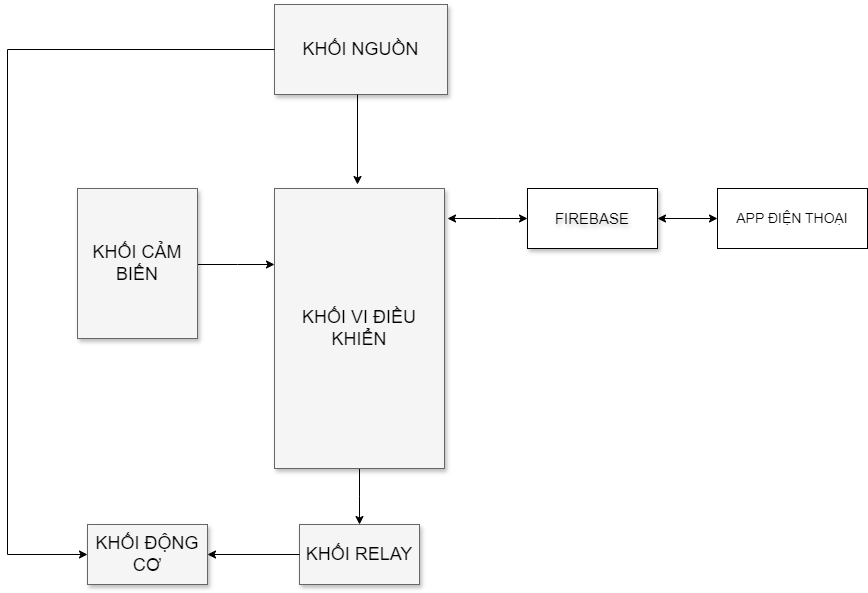
Above: Block_Diagram.drawio.png in imvietp/Final_Thesis (draw.io), before the change. Source tidied: cells renumbered, new cells last; positions are measured from the earlier drawing's top-left corner, leaving out a move shared by most shapes.
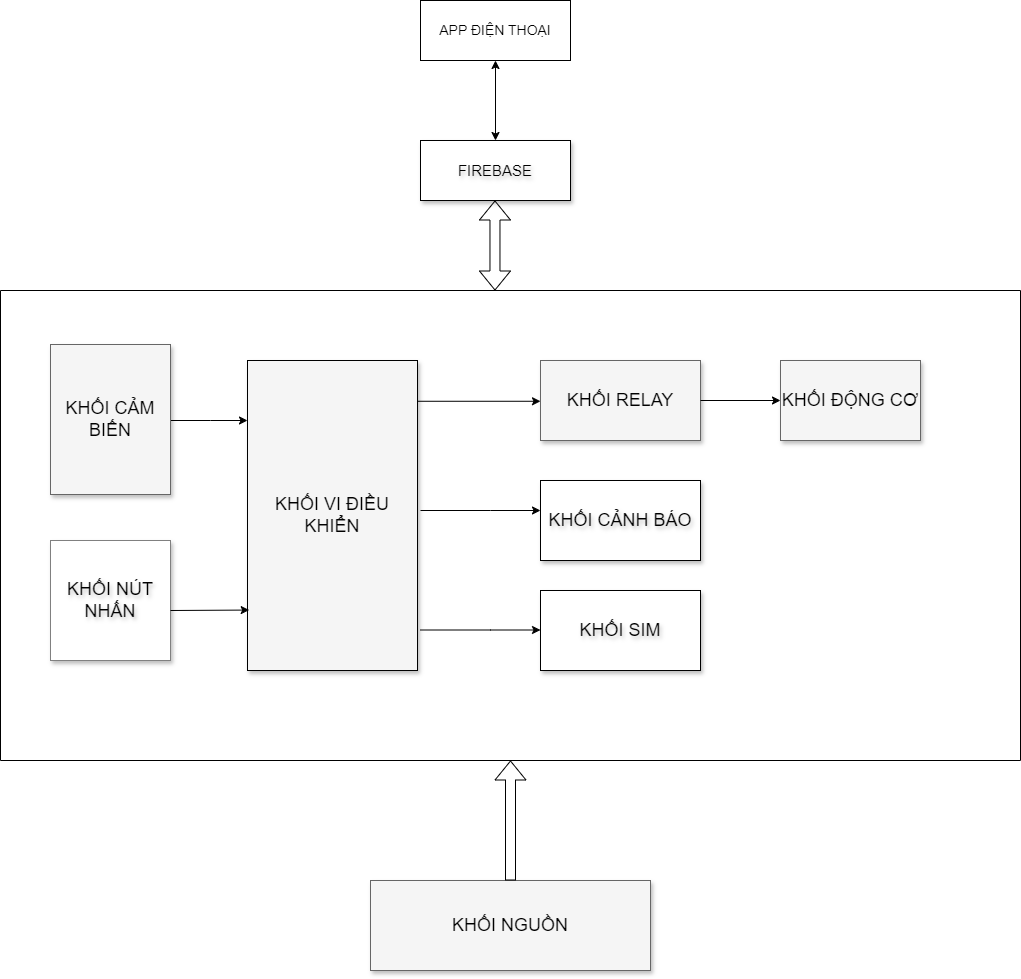
After the commit.

Diff of the diagram source:
```diff
@@ -5,15 +5,9 @@
     <mxCell id="2" style="edgeStyle=elbowEdgeStyle;rounded=0;html=1;startArrow=none;startFill=0;jettySize=auto;fontSize=18;elbow=vertical;" parent="1" edge="1" source="3" target="4">
       <mxGeometry relative="1" as="geometry" />
     </mxCell>
-    <mxCell id="3" value="KHỐI VI ĐIỀU KHIỂN" style="whiteSpace=wrap;html=1;shadow=1;fontSize=18;fillColor=#f5f5f5;strokeColor=#666666;" parent="1" vertex="1">
-      <mxGeometry x="267" y="184" width="170" height="280" as="geometry" />
+    <mxCell id="3" value="KHỐI VI ĐIỀU KHIỂN" style="whiteSpace=wrap;html=1;shadow=1;fontSize=18;fillColor=#f5f5f5;strokeColor=default;" parent="1" vertex="1">
+      <mxGeometry x="267" y="200" width="170" height="310" as="geometry" />
     </mxCell>
-    <mxCell id="4" value="KHỐI RELAY" style="whiteSpace=wrap;html=1;shadow=1;fontSize=18;fillColor=#f5f5f5;strokeColor=#666666;" parent="1" vertex="1">
-      <mxGeometry x="292" y="520" width="120" height="60" as="geometry" />
-    </mxCell>
-    <mxCell id="5" value="KHỐI ĐỘNG CƠ" style="whiteSpace=wrap;html=1;shadow=1;fontSize=18;fillColor=#f5f5f5;strokeColor=#666666;" parent="1" vertex="1">
-      <mxGeometry x="80" y="520" width="120" height="60" as="geometry" />
-    </mxCell>
     <mxCell id="6" style="edgeStyle=elbowEdgeStyle;rounded=0;html=1;startArrow=none;startFill=0;jettySize=auto;fontSize=18;elbow=vertical;" parent="1" edge="1" source="7" target="3">
       <mxGeometry relative="1" as="geometry">
         <Array as="points">
@@ -25,41 +19,69 @@
       <mxGeometry x="70" y="184" width="120" height="150" as="geometry" />
     </mxCell>
     <mxCell id="8" value="KHỐI NGUỒN" style="whiteSpace=wrap;html=1;shadow=1;fontSize=18;fillColor=#f5f5f5;strokeColor=#666666;" parent="1" vertex="1">
-      <mxGeometry x="267" width="173" height="90" as="geometry" />
+      <mxGeometry x="390" y="720" width="280" height="90" as="geometry" />
     </mxCell>
-    <mxCell id="9" style="endArrow=classic;startArrow=classic;html=1;rounded=0;entryX=0;entryY=0.5;entryDx=0;entryDy=0;" parent="1" edge="1" target="10">
-      <mxGeometry relative="1" as="geometry">
-        <mxPoint x="440" y="214" as="sourcePoint" />
-        <Array as="points">
-          <mxPoint x="490" y="214" />
-        </Array>
-      </mxGeometry>
-    </mxCell>
     <mxCell id="10" value="&lt;font style=&quot;font-size: 15px;&quot;&gt;FIREBASE&lt;/font&gt;" style="rounded=0;whiteSpace=wrap;html=1;shadow=1;textShadow=1;" parent="1" vertex="1">
-      <mxGeometry x="520" y="184" width="130" height="60" as="geometry" />
+      <mxGeometry x="440" y="-20" width="150" height="60" as="geometry" />
     </mxCell>
-    <mxCell id="11" style="endArrow=classic;html=1;rounded=0;entryX=1;entryY=0.5;entryDx=0;entryDy=0;exitX=0;exitY=0.5;exitDx=0;exitDy=0;" parent="1" edge="1" source="4" target="5">
-      <mxGeometry relative="1" as="geometry" />
-    </mxCell>
-    <mxCell id="12" style="endArrow=classic;html=1;rounded=0;" parent="1" edge="1">
-      <mxGeometry relative="1" as="geometry">
-        <mxPoint x="350" y="90" as="sourcePoint" />
-        <mxPoint x="350" y="180" as="targetPoint" />
-      </mxGeometry>
-    </mxCell>
-    <mxCell id="13" style="endArrow=classic;html=1;rounded=0;exitX=0;exitY=0.5;exitDx=0;exitDy=0;entryX=0;entryY=0.5;entryDx=0;entryDy=0;" parent="1" edge="1" source="8" target="5">
-      <mxGeometry relative="1" as="geometry">
-        <Array as="points">
-          <mxPoint y="45" />
-          <mxPoint y="550" />
-        </Array>
-      </mxGeometry>
-    </mxCell>
-    <mxCell id="14" style="endArrow=classic;startArrow=classic;html=1;rounded=0;exitX=1;exitY=0.5;exitDx=0;exitDy=0;" parent="1" edge="1" source="10" target="15">
+    <mxCell id="14" style="endArrow=classic;startArrow=classic;html=1;rounded=0;" parent="1" edge="1" source="10" target="15">
       <mxGeometry relative="1" as="geometry" />
     </mxCell>
     <mxCell id="15" value="&lt;font style=&quot;font-size: 14px;&quot;&gt;APP ĐIỆN THOẠI&lt;/font&gt;" style="rounded=0;whiteSpace=wrap;html=1;" parent="1" vertex="1">
-      <mxGeometry x="710" y="184" width="150" height="60" as="geometry" />
+      <mxGeometry x="440" y="-160" width="150" height="60" as="geometry" />
     </mxCell>
+    <mxCell id="16" style="swimlane;startSize=0;" parent="1" vertex="1">
+      <mxGeometry x="20" y="130" width="1020" height="470" as="geometry" />
+    </mxCell>
+    <mxCell id="4" value="KHỐI RELAY" style="whiteSpace=wrap;html=1;shadow=1;fontSize=18;fillColor=#f5f5f5;strokeColor=#666666;" parent="16" vertex="1">
+      <mxGeometry x="540" y="70" width="160" height="80" as="geometry" />
+    </mxCell>
+    <mxCell id="5" value="KHỐI ĐỘNG CƠ" style="whiteSpace=wrap;html=1;shadow=1;fontSize=18;fillColor=#f5f5f5;strokeColor=#666666;" parent="16" vertex="1">
+      <mxGeometry x="780" y="70" width="140" height="80" as="geometry" />
+    </mxCell>
+    <mxCell id="11" style="endArrow=classic;html=1;rounded=0;exitX=1;exitY=0.5;exitDx=0;exitDy=0;entryX=0;entryY=0.5;entryDx=0;entryDy=0;" parent="16" edge="1" source="4" target="5">
+      <mxGeometry relative="1" as="geometry" />
+    </mxCell>
+    <mxCell id="17" value="&lt;font style=&quot;font-size: 18px;&quot;&gt;KHỐI CẢNH BÁO&lt;/font&gt;" style="rounded=0;whiteSpace=wrap;html=1;shadow=1;textShadow=1;strokeColor=default;" parent="16" vertex="1">
+      <mxGeometry x="540" y="190" width="160" height="80" as="geometry" />
+    </mxCell>
+    <mxCell id="18" value="&lt;span style=&quot;font-size: 18px;&quot;&gt;KHỐI SIM&lt;/span&gt;" style="rounded=0;whiteSpace=wrap;html=1;shadow=1;textShadow=1;" parent="16" vertex="1">
+      <mxGeometry x="540" y="300" width="160" height="80" as="geometry" />
+    </mxCell>
+    <mxCell id="19" style="edgeStyle=elbowEdgeStyle;rounded=0;html=1;startArrow=none;startFill=0;jettySize=auto;orthogonalLoop=1;fontSize=18;elbow=vertical;" parent="16" edge="1">
+      <mxGeometry relative="1" as="geometry">
+        <mxPoint x="420" y="339.5" as="sourcePoint" />
+        <mxPoint x="540" y="339.5" as="targetPoint" />
+        <Array as="points">
+          <mxPoint x="490" y="339.5" />
+        </Array>
+      </mxGeometry>
+    </mxCell>
+    <mxCell id="20" value="&lt;font style=&quot;font-size: 18px;&quot;&gt;KHỐI NÚT NHẤN&lt;/font&gt;" style="rounded=0;whiteSpace=wrap;html=1;shadow=1;textShadow=1;strokeColor=#808080;" parent="16" vertex="1">
+      <mxGeometry x="50" y="250" width="120" height="120" as="geometry" />
+    </mxCell>
+    <mxCell id="21" style="endArrow=classic;html=1;rounded=0;entryX=0.01;entryY=0.805;entryDx=0;entryDy=0;entryPerimeter=0;" parent="16" edge="1" target="3">
+      <mxGeometry relative="1" as="geometry">
+        <mxPoint x="170" y="320" as="sourcePoint" />
+      </mxGeometry>
+    </mxCell>
+    <mxCell id="22" style="shape=flexArrow;endArrow=classic;html=1;rounded=0;exitX=0.5;exitY=0;exitDx=0;exitDy=0;" parent="1" edge="1" source="8" target="16">
+      <mxGeometry relative="1" as="geometry" />
+    </mxCell>
+    <mxCell id="23" style="edgeStyle=elbowEdgeStyle;rounded=0;html=1;startArrow=none;startFill=0;jettySize=auto;orthogonalLoop=1;fontSize=18;elbow=vertical;" parent="1" edge="1">
+      <mxGeometry relative="1" as="geometry">
+        <mxPoint x="440" y="350" as="sourcePoint" />
+        <mxPoint x="560" y="350" as="targetPoint" />
+        <Array as="points">
+          <mxPoint x="510" y="350" />
+        </Array>
+      </mxGeometry>
+    </mxCell>
+    <mxCell id="24" style="shape=flexArrow;endArrow=classic;startArrow=classic;html=1;rounded=0;entryX=0.6;entryY=1;entryDx=0;entryDy=0;entryPerimeter=0;" parent="1" edge="1">
+      <mxGeometry relative="1" as="geometry">
+        <mxPoint x="514.5" y="130" as="sourcePoint" />
+        <mxPoint x="514.5" y="40" as="targetPoint" />
+      </mxGeometry>
+    </mxCell>
   </root>
 </mxGraphModel>
```
